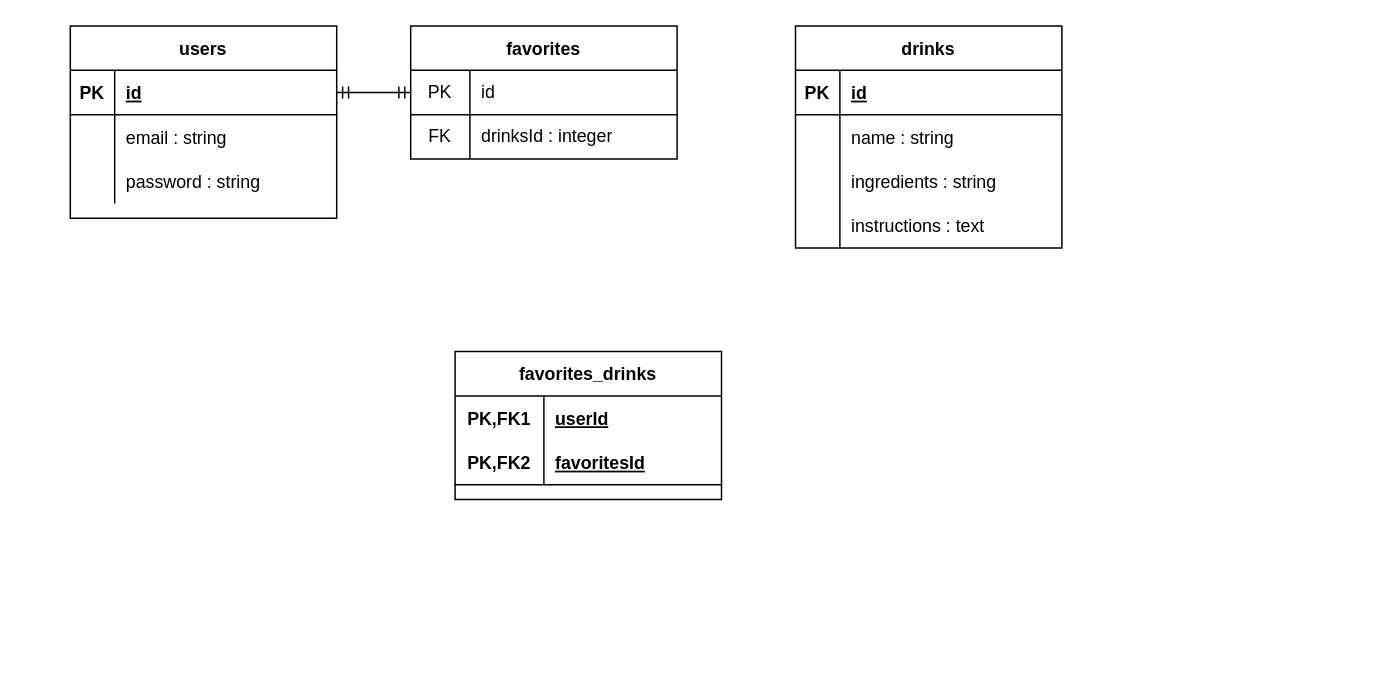
Earlier version of the draw.io diagram proj2.drawio (aridpen/project-2). Source tidied: cells renumbered, new cells numbered last; positions are measured from the earlier drawing's top-left corner, leaving out a move shared by most shapes. Both pictures are drawn from the tidied source at 148%, with x=0, y=0 at pixel (70, 25).
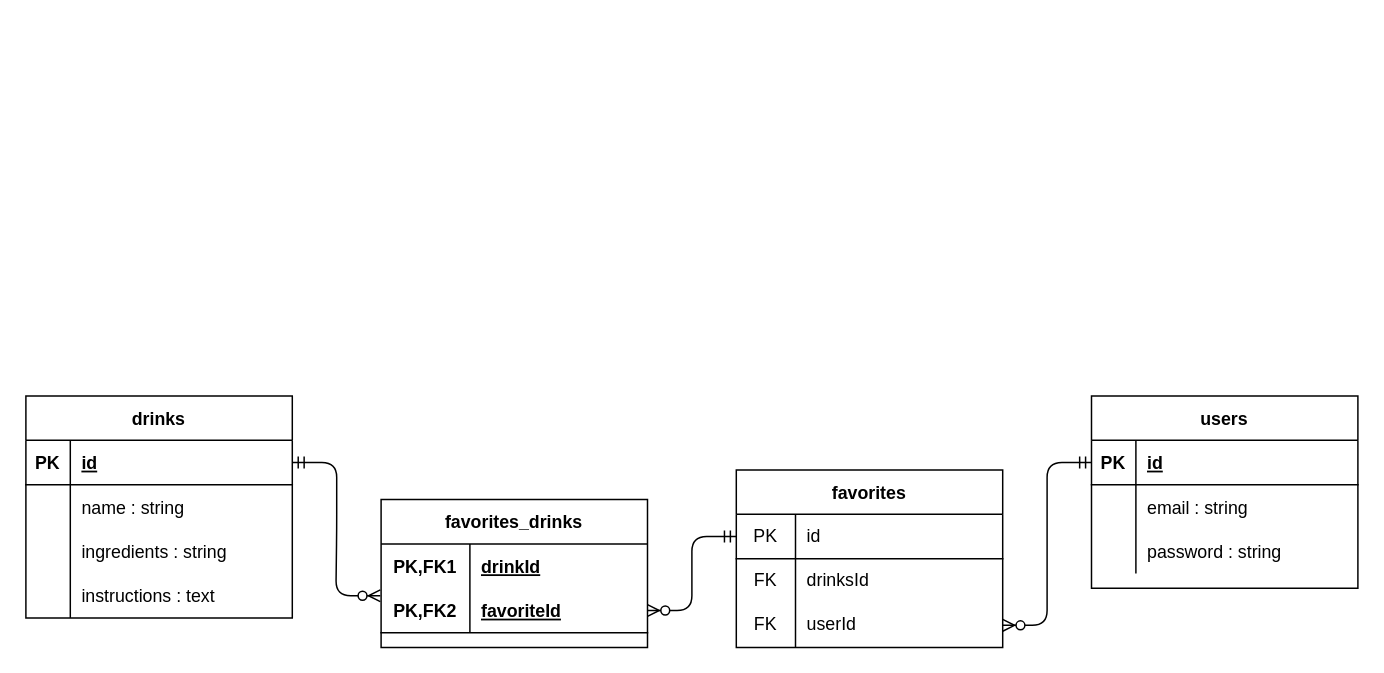
The same diagram, later.

The change refers to these unchanged cells:
```xml
<mxCell id="3" style="shape=partialRectangle;html=1;whiteSpace=wrap;fillColor=none;top=0;left=0;bottom=1;right=0;points=[[0,0.5],[1,0.5]];portConstraint=eastwest;" parent="2" vertex="1">
  <mxGeometry y="30" width="180" height="30" as="geometry" />
</mxCell>
<mxCell id="6" style="shape=partialRectangle;html=1;whiteSpace=wrap;fillColor=none;top=0;left=0;bottom=0;right=0;" parent="2" vertex="1">
  <mxGeometry y="60" width="180" height="30" as="geometry" />
</mxCell>
<mxCell id="10" style="shape=partialRectangle;fillColor=none;top=0;left=0;bottom=1;right=0;points=[[0,0.5],[1,0.5]];portConstraint=eastwest;" parent="9" vertex="1">
  <mxGeometry y="30" width="180" height="30" as="geometry" />
</mxCell>
<mxCell id="23" style="shape=partialRectangle;fillColor=none;top=0;left=0;bottom=1;right=0;points=[[0,0.5],[1,0.5]];portConstraint=eastwest;" parent="22" vertex="1">
  <mxGeometry y="30" width="180" height="30" as="geometry" />
</mxCell>
<mxCell id="33" style="shape=partialRectangle;fillColor=none;top=0;left=0;bottom=0;right=0;" parent="32" vertex="1">
  <mxGeometry y="30" width="180" height="30" as="geometry" />
</mxCell>
<mxCell id="36" style="shape=partialRectangle;fillColor=none;top=0;left=0;bottom=1;right=0;points=[[0,0.5],[1,0.5]];portConstraint=eastwest;" parent="32" vertex="1">
  <mxGeometry y="60" width="180" height="30" as="geometry" />
</mxCell>
```

Diff of the diagram source:
```diff
@@
     <mxCell id="2" value="favorites" style="shape=table;startSize=30;childLayout=tableLayout;rowLines=0;fontStyle=1;align=center;" parent="1" vertex="1">
-      <mxGeometry x="230" width="180" height="90" as="geometry" />
+      <mxGeometry x="450" y="300" width="180" height="120" as="geometry" />
     </mxCell>
@@
-    <mxCell id="8" value="drinksId : integer" style="shape=partialRectangle;html=1;whiteSpace=wrap;fillColor=none;top=0;left=0;bottom=0;right=0;align=left;spacingLeft=6;overflow=hidden;" parent="6" vertex="1">
+    <mxCell id="8" value="drinksId&amp;nbsp;" style="shape=partialRectangle;html=1;whiteSpace=wrap;fillColor=none;top=0;left=0;bottom=0;right=0;align=left;spacingLeft=6;overflow=hidden;" parent="6" vertex="1">
       <mxGeometry x="40" width="140" height="30" as="geometry" />
     </mxCell>
+    <mxCell id="40" style="shape=partialRectangle;html=1;whiteSpace=wrap;fillColor=none;top=0;left=0;bottom=0;right=0;points=[[0,0.5],[1,0.5]];portConstraint=eastwest;" parent="2" vertex="1">
+      <mxGeometry y="90" width="180" height="30" as="geometry" />
+    </mxCell>
+    <mxCell id="41" value="FK" style="shape=partialRectangle;html=1;whiteSpace=wrap;fillColor=none;top=0;left=0;bottom=0;right=0;overflow=hidden;" parent="40" vertex="1">
+      <mxGeometry width="40" height="30" as="geometry" />
+    </mxCell>
+    <mxCell id="42" value="userId&amp;nbsp;" style="shape=partialRectangle;html=1;whiteSpace=wrap;fillColor=none;top=0;left=0;bottom=0;right=0;align=left;spacingLeft=6;overflow=hidden;" parent="40" vertex="1">
+      <mxGeometry x="40" width="140" height="30" as="geometry" />
+    </mxCell>
     <mxCell id="9" value="drinks" style="shape=table;startSize=30;childLayout=tableLayout;rowLines=0;fontStyle=1;align=center;" parent="1" vertex="1">
-      <mxGeometry x="490" width="180" height="150" as="geometry" />
+      <mxGeometry x="-30" y="250" width="180" height="150" as="geometry" />
     </mxCell>
@@
     <mxCell id="22" value="users" style="shape=table;startSize=30;childLayout=tableLayout;rowLines=0;fontStyle=1;align=center;" parent="1" vertex="1">
-      <mxGeometry width="180" height="130" as="geometry" />
+      <mxGeometry x="690" y="250" width="180" height="130" as="geometry" />
     </mxCell>
@@
     <mxCell id="32" value="favorites_drinks" style="shape=table;startSize=30;childLayout=tableLayout;rowLines=0;fontStyle=1;align=center;" parent="1" vertex="1">
-      <mxGeometry x="260" y="220" width="180" height="100" as="geometry" />
+      <mxGeometry x="210" y="320" width="180" height="100" as="geometry" />
     </mxCell>
@@
-    <mxCell id="35" value="userId" style="shape=partialRectangle;fillColor=none;top=0;left=0;bottom=0;right=0;align=left;spacingLeft=6;fontStyle=5;overflow=hidden;" parent="33" vertex="1">
+    <mxCell id="35" value="drinkId" style="shape=partialRectangle;fillColor=none;top=0;left=0;bottom=0;right=0;align=left;spacingLeft=6;fontStyle=5;overflow=hidden;" parent="33" vertex="1">
       <mxGeometry x="60" width="120" height="30" as="geometry" />
     </mxCell>
@@
-    <mxCell id="38" value="favoritesId" style="shape=partialRectangle;fillColor=none;top=0;left=0;bottom=0;right=0;align=left;spacingLeft=6;fontStyle=5;overflow=hidden;" parent="36" vertex="1">
+    <mxCell id="38" value="favoriteId" style="shape=partialRectangle;fillColor=none;top=0;left=0;bottom=0;right=0;align=left;spacingLeft=6;fontStyle=5;overflow=hidden;" parent="36" vertex="1">
       <mxGeometry x="60" width="120" height="30" as="geometry" />
     </mxCell>
-    <mxCell id="39" style="edgeStyle=entityRelationEdgeStyle;fontSize=12;html=1;endArrow=ERmandOne;startArrow=ERmandOne;exitX=1;exitY=0.5;exitDx=0;exitDy=0;entryX=0;entryY=0.5;entryDx=0;entryDy=0;" parent="1" edge="1" source="23" target="3">
-      <mxGeometry relative="1" as="geometry" />
-    </mxCell>
+    <mxCell id="43" style="edgeStyle=entityRelationEdgeStyle;fontSize=12;html=1;endArrow=ERzeroToMany;startArrow=ERmandOne;exitX=0;exitY=0.5;exitDx=0;exitDy=0;" parent="1" edge="1" source="23" target="40">
+      <mxGeometry relative="1" as="geometry" />
+    </mxCell>
+    <mxCell id="44" style="edgeStyle=entityRelationEdgeStyle;fontSize=12;html=1;endArrow=ERzeroToMany;startArrow=ERmandOne;exitX=0;exitY=0.5;exitDx=0;exitDy=0;entryX=1;entryY=0.5;entryDx=0;entryDy=0;" parent="1" edge="1" source="3" target="36">
+      <mxGeometry relative="1" as="geometry" />
+    </mxCell>
+    <mxCell id="45" style="edgeStyle=entityRelationEdgeStyle;fontSize=12;html=1;endArrow=ERzeroToMany;startArrow=ERmandOne;exitX=1;exitY=0.5;exitDx=0;exitDy=0;entryX=-0.003;entryY=0.167;entryDx=0;entryDy=0;entryPerimeter=0;" parent="1" edge="1" source="10" target="36">
+      <mxGeometry relative="1" as="geometry" />
+    </mxCell>
```
